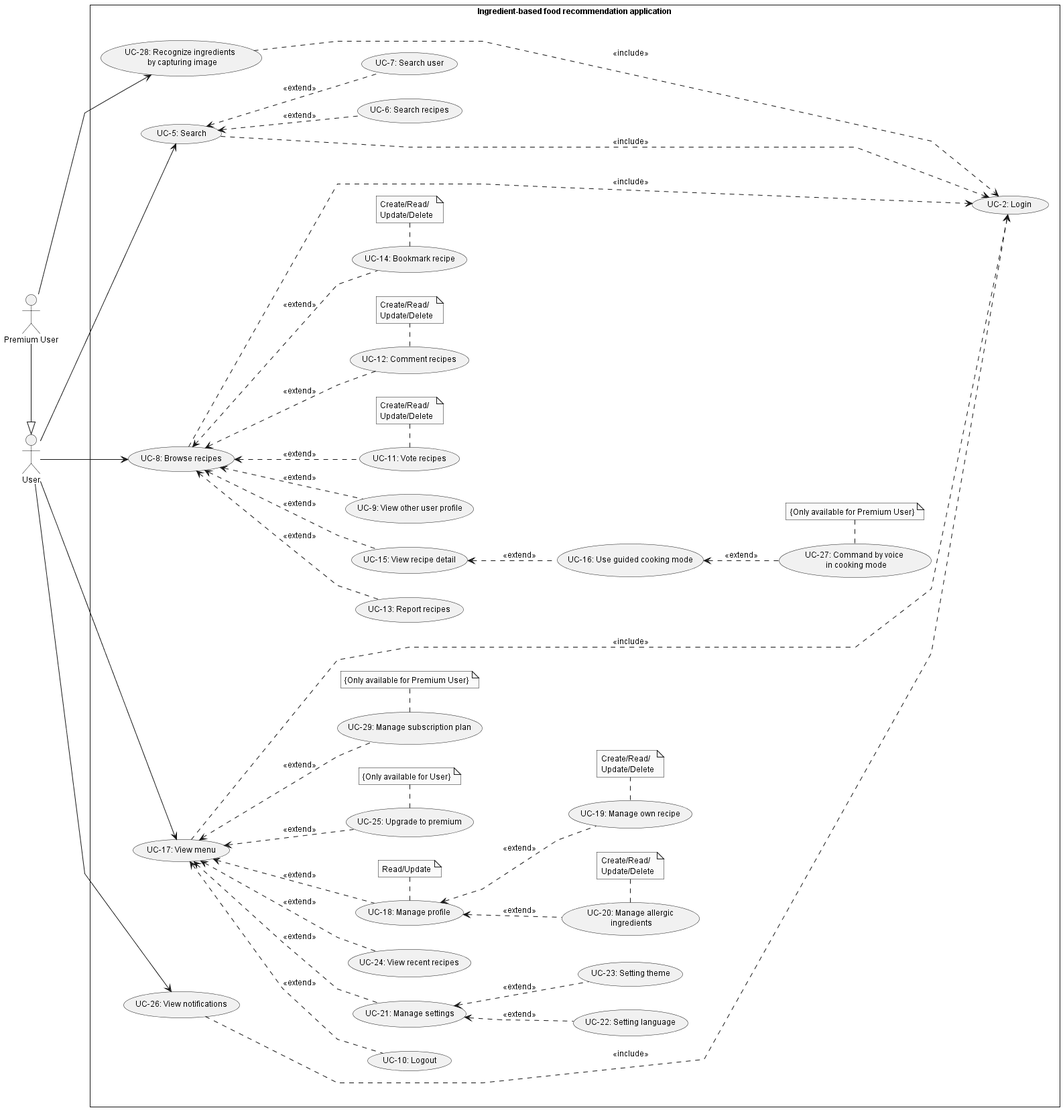
This is doc/SRS/Usecase/UserUsecase/UserUsecase.png from Carl-Johnsons/tastopia, a PlantUML export, as it was before one commit.
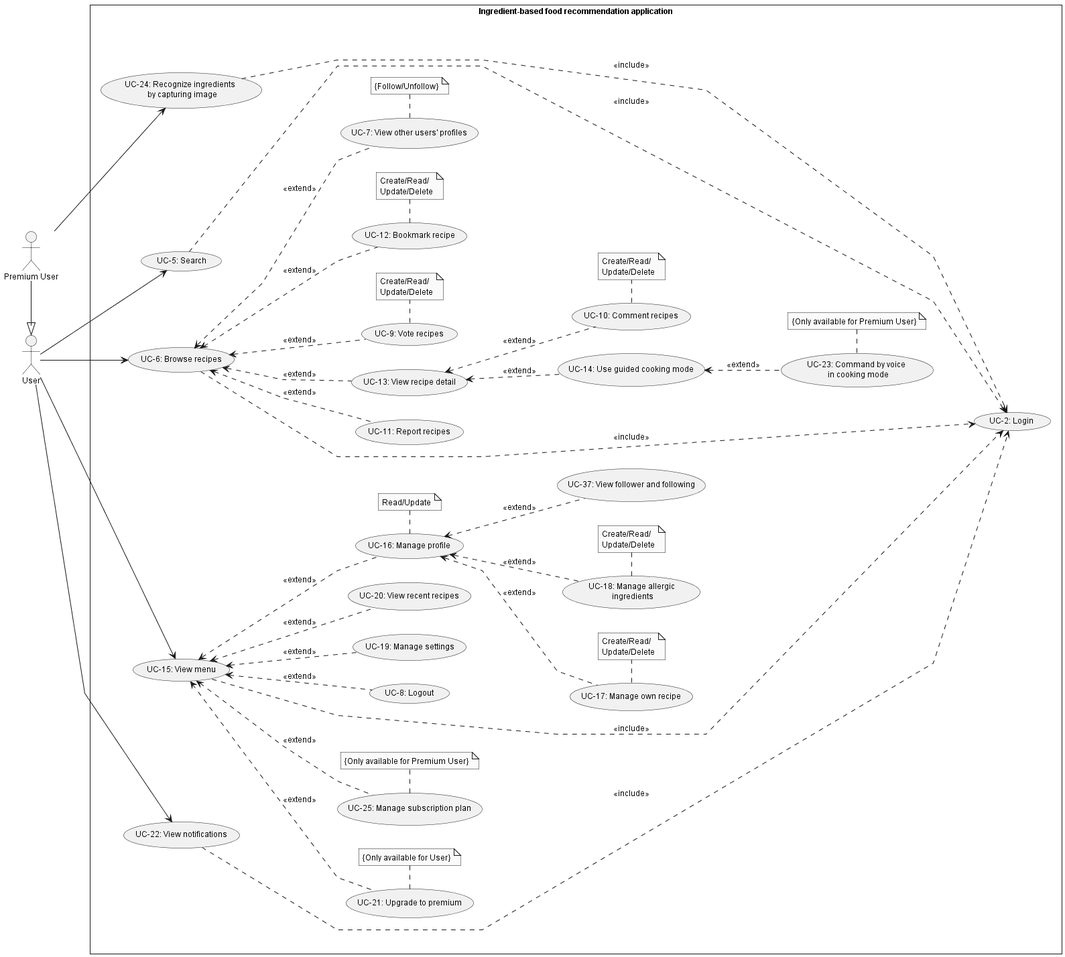
Later version of the same file.

Diff of the diagram source:
```diff
@@ -8,32 +8,29 @@
 actor "Premium User" as pUser
 rectangle Ingredient-based<U+0020>food<U+0020>recommendation<U+0020>application {
     usecase "UC-2: Login" as ucLogin
-    usecase "UC-10: Logout" as ucLogout
+    usecase "UC-8: Logout" as ucLogout
 
     usecase "UC-5: Search" as ucSearch
-    usecase "UC-6: Search recipes" as ucSearchRecipes
-    usecase "UC-7: Search user" as ucSearchUser
 
-    usecase "UC-8: Browse recipes" as ucBrowseRecipes
-    usecase "UC-11: Vote recipes" as ucVoteRecipe
-    usecase "UC-12: Comment recipes" as ucCmtRecipe
-    usecase "UC-13: Report recipes" as ucReportRecipe
-    usecase "UC-14: Bookmark recipe" as ucBookmarkRecipe
-    usecase "UC-15: View recipe detail" as ucViewRecipeDetail
-    usecase "UC-16: Use guided cooking mode" as ucGuidedCCM
-    usecase "UC-9: View other user profile" as ucViewUSProfile
+    usecase "UC-6: Browse recipes" as ucBrowseRecipes
+    usecase "UC-9: Vote recipes" as ucVoteRecipe
+    usecase "UC-10: Comment recipes" as ucCmtRecipe
+    usecase "UC-11: Report recipes" as ucReportRecipe
+    usecase "UC-12: Bookmark recipe" as ucBookmarkRecipe
+    usecase "UC-13: View recipe detail" as ucViewRecipeDetail
+    usecase "UC-14: Use guided cooking mode" as ucGuidedCCM
+    usecase "UC-7: View other users' profiles" as ucViewUSProfile
 
-    usecase "UC-17: View menu" as ucViewMenu
-    usecase "UC-18: Manage profile" as ucManageProfile
-    usecase "UC-19: Manage own recipe" as ucManageRecipe
-    usecase "UC-20: Manage allergic\n ingredients" as ucManageAller
-    usecase "UC-21: Manage settings" as ucManageSetting
-    usecase "UC-22: Setting language" as ucSetLang
-    usecase "UC-23: Setting theme" as ucSetTheme
-    usecase "UC-24: View recent recipes" as ucViewRecentRecipes
-    usecase "UC-25: Upgrade to premium" as ucUpgradeToPremium
+    usecase "UC-15: View menu" as ucViewMenu
+    usecase "UC-16: Manage profile" as ucManageProfile
+    usecase "UC-17: Manage own recipe" as ucManageRecipe
+    usecase "UC-18: Manage allergic\n ingredients" as ucManageAller
+    usecase "UC-19: Manage settings" as ucManageSetting
+    usecase "UC-20: View recent recipes" as ucViewRecentRecipes
+    usecase "UC-21: Upgrade to premium" as ucUpgradeToPremium
 
-    usecase "UC-26: View notifications" as ucViewNotif
+    usecase "UC-22: View notifications" as ucViewNotif
+    usecase "UC-37: View follower and following" as ucViewFollow
 
     note "Create/Read/\nUpdate/Delete" as noteManageRecipe
     note "Create/Read/\nUpdate/Delete" as noteManageAller
@@ -42,34 +39,32 @@
     note "Create/Read/\nUpdate/Delete" as noteCmtRecipe
     note "Create/Read/\nUpdate/Delete" as noteBookmarkRecipe
     note "{Only available for User}" as noteUpgradeToPremium
-
+    note "{Follow/Unfollow}" as noteViewUSProfile
 
     user --> ucSearch
-        ucSearch <.. ucSearchUser : <<extend>>
-        ucSearch <.. ucSearchRecipes : <<extend>>
 
     user --> ucBrowseRecipes
         ucBrowseRecipes <.. ucVoteRecipe : <<extend>>
             ucVoteRecipe . noteVoteRecipe
-        ucBrowseRecipes <.. ucCmtRecipe : <<extend>>
-            ucCmtRecipe . noteCmtRecipe
         ucBrowseRecipes <.. ucReportRecipe : <<extend>>
         ucBrowseRecipes <.. ucViewRecipeDetail : <<extend>>
+            ucViewRecipeDetail <.. ucCmtRecipe : <<extend>>
+                ucCmtRecipe . noteCmtRecipe
             ucViewRecipeDetail <.. ucGuidedCCM : <<extend>>
         ucBrowseRecipes <.. ucBookmarkRecipe : <<extend>>
             ucBookmarkRecipe . noteBookmarkRecipe
         ucBrowseRecipes <.. ucViewUSProfile : <<extend>>
+            ucViewUSProfile . noteViewUSProfile
 
     user --> ucViewMenu
         ucViewMenu <.. ucManageProfile : <<extend>>
             ucManageProfile . noteManageProfile
             ucManageProfile <.. ucManageRecipe : <<extend>>
+            ucManageProfile <.. ucViewFollow : <<extend>>
                 ucManageRecipe . noteManageRecipe
             ucManageProfile <.. ucManageAller : <<extend>>
                 ucManageAller . noteManageAller
         ucViewMenu <.. ucManageSetting : <<extend>>
-            ucManageSetting <.. ucSetLang : <<extend>>
-            ucManageSetting <.. ucSetTheme : <<extend>>
         ucViewMenu <.. ucViewRecentRecipes : <<extend>>
         ucViewMenu <.. ucUpgradeToPremium : <<extend>>
             ucUpgradeToPremium . noteUpgradeToPremium
@@ -83,9 +78,9 @@
     ucViewNotif .....>ucLogin : <<include>>
 
 
-    usecase "UC-27: Command by voice \n in cooking mode" as ucCommandVoiceCCM
-    usecase "UC-28: Recognize ingredients \n by capturing image" as ucRecognizeIngre
-    usecase "UC-29: Manage subscription plan" as ucMngSubcriptPlan
+    usecase "UC-23: Command by voice \n in cooking mode" as ucCommandVoiceCCM
+    usecase "UC-24: Recognize ingredients \n by capturing image" as ucRecognizeIngre
+    usecase "UC-25: Manage subscription plan" as ucMngSubcriptPlan
 
 
     note "{Only available for Premium User}" as noteMngSubcriptPlan
```
